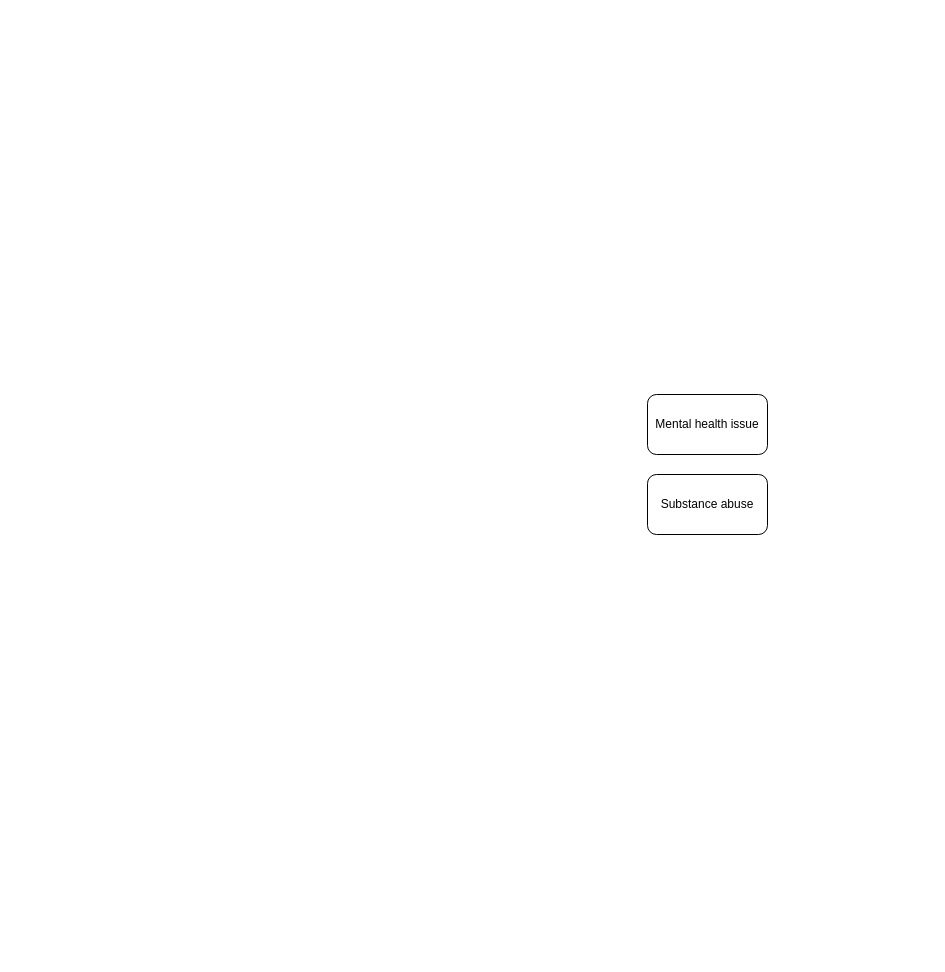
Earlier version of the draw.io diagram draft.drawio (lemuela1/ppppp). Source tidied: cells renumbered, new cells numbered last; positions are measured from the earlier drawing's top-left corner, leaving out a move shared by most shapes. Both pictures are drawn from the tidied source at 100%, with x=0, y=0 at pixel (647, 394).
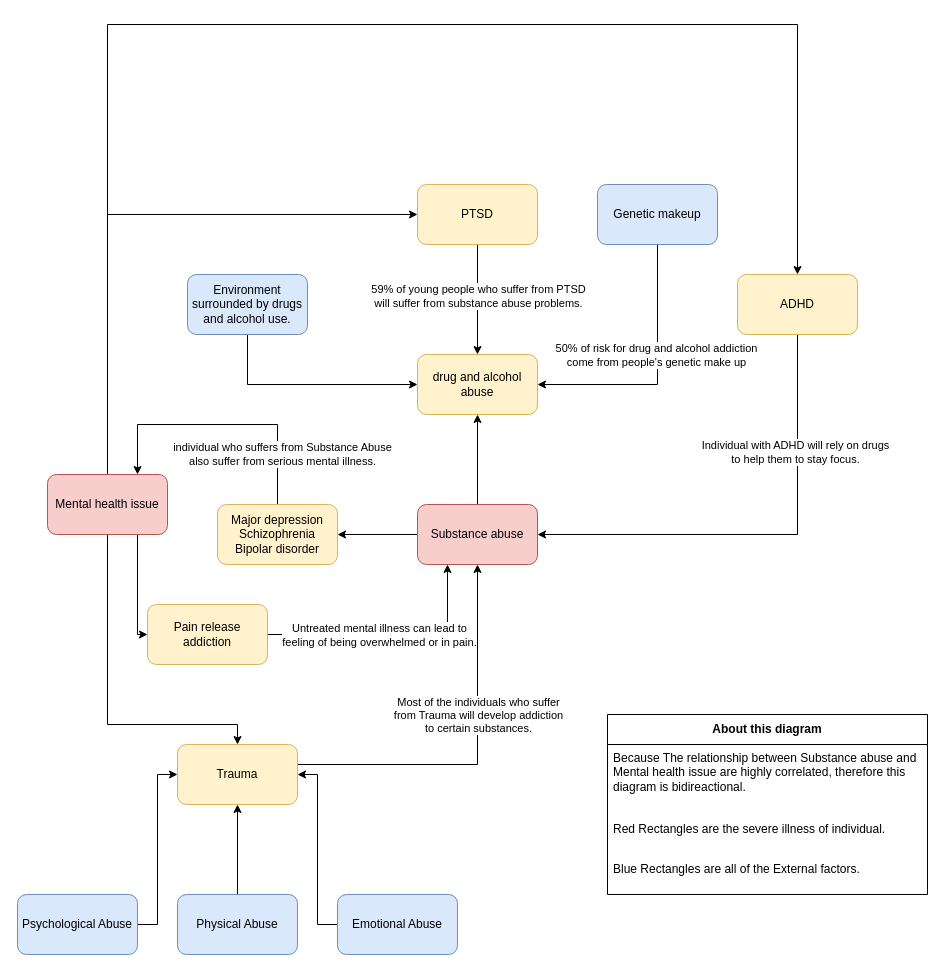
The same diagram, later.

What changed in the source:
```diff
@@
+    <mxCell id="4" style="edgeStyle=orthogonalEdgeStyle;rounded=0;jettySize=auto;html=1;entryX=0;entryY=0.5;entryDx=0;entryDy=0;exitX=0.5;exitY=0;exitDx=0;exitDy=0;" parent="1" edge="1" source="2" target="21">
+      <mxGeometry relative="1" as="geometry">
+        <Array as="points">
+          <mxPoint x="-540" y="-180" />
+        </Array>
+      </mxGeometry>
+    </mxCell>
+    <mxCell id="5" style="edgeStyle=orthogonalEdgeStyle;rounded=0;jettySize=auto;html=1;entryX=0.5;entryY=0;entryDx=0;entryDy=0;" parent="1" edge="1" source="2" target="12">
+      <mxGeometry relative="1" as="geometry">
+        <Array as="points">
+          <mxPoint x="-540" y="330" />
+          <mxPoint x="-410" y="330" />
+        </Array>
+      </mxGeometry>
+    </mxCell>
+    <mxCell id="6" style="edgeStyle=orthogonalEdgeStyle;rounded=0;jettySize=auto;html=1;" parent="1" edge="1" source="2" target="24">
+      <mxGeometry relative="1" as="geometry">
+        <Array as="points">
+          <mxPoint x="-540" y="-370" />
+          <mxPoint x="150" y="-370" />
+        </Array>
+      </mxGeometry>
+    </mxCell>
+    <mxCell id="7" style="edgeStyle=orthogonalEdgeStyle;rounded=0;jettySize=auto;html=1;entryX=0;entryY=0.5;entryDx=0;entryDy=0;" parent="1" edge="1" source="2" target="36">
+      <mxGeometry relative="1" as="geometry">
+        <Array as="points">
+          <mxPoint x="-510" y="240" />
+        </Array>
+      </mxGeometry>
+    </mxCell>
-    <mxCell id="2" value="Mental health issue" style="rounded=1;whiteSpace=wrap;html=1;" parent="1" vertex="1">
-      <mxGeometry width="120" height="60" as="geometry" />
+    <mxCell id="2" value="Mental health issue" style="rounded=1;whiteSpace=wrap;html=1;fillColor=#f8cecc;strokeColor=#b85450;" parent="1" vertex="1">
+      <mxGeometry x="-600" y="80" width="120" height="60" as="geometry" />
     </mxCell>
+    <mxCell id="8" style="edgeStyle=orthogonalEdgeStyle;rounded=0;jettySize=auto;html=1;" parent="1" edge="1" source="3" target="28">
+      <mxGeometry relative="1" as="geometry" />
+    </mxCell>
+    <mxCell id="9" style="edgeStyle=orthogonalEdgeStyle;rounded=0;jettySize=auto;html=1;entryX=0.5;entryY=1;entryDx=0;entryDy=0;" parent="1" edge="1" source="3" target="25">
+      <mxGeometry relative="1" as="geometry" />
+    </mxCell>
-    <mxCell id="3" value="Substance abuse" style="rounded=1;whiteSpace=wrap;html=1;" parent="1" vertex="1">
-      <mxGeometry y="80" width="120" height="60" as="geometry" />
+    <mxCell id="3" value="Substance abuse" style="rounded=1;whiteSpace=wrap;html=1;fillColor=#f8cecc;strokeColor=#b85450;" parent="1" vertex="1">
+      <mxGeometry x="-230" y="110" width="120" height="60" as="geometry" />
     </mxCell>
+    <mxCell id="10" style="edgeStyle=orthogonalEdgeStyle;rounded=0;jettySize=auto;html=1;entryX=0.5;entryY=1;entryDx=0;entryDy=0;exitX=1;exitY=0.5;exitDx=0;exitDy=0;" parent="1" edge="1" source="12" target="3">
+      <mxGeometry relative="1" as="geometry">
+        <Array as="points">
+          <mxPoint x="-350" y="370" />
+          <mxPoint x="-170" y="370" />
+        </Array>
+      </mxGeometry>
+    </mxCell>
+    <mxCell id="11" value="Most of the individuals who suffer&lt;div&gt;from Trauma will develop addiction&lt;/div&gt;&lt;div&gt;to certain substances.&lt;/div&gt;" style="edgeLabel;html=1;align=center;verticalAlign=middle;" parent="10" vertex="1">
+      <mxGeometry x="0.11" y="1" relative="1" as="geometry">
+        <mxPoint x="1" y="-24" as="offset" />
+      </mxGeometry>
+    </mxCell>
+    <mxCell id="12" value="Trauma" style="rounded=1;whiteSpace=wrap;html=1;fillColor=#fff2cc;strokeColor=#d6b656;" parent="1" vertex="1">
+      <mxGeometry x="-470" y="350" width="120" height="60" as="geometry" />
+    </mxCell>
+    <mxCell id="13" style="edgeStyle=orthogonalEdgeStyle;rounded=0;jettySize=auto;html=1;entryX=0.5;entryY=1;entryDx=0;entryDy=0;" parent="1" edge="1" source="14" target="12">
+      <mxGeometry relative="1" as="geometry" />
+    </mxCell>
+    <mxCell id="14" value="Physical Abuse" style="rounded=1;whiteSpace=wrap;html=1;fillColor=#dae8fc;strokeColor=#6c8ebf;" parent="1" vertex="1">
+      <mxGeometry x="-470" y="500" width="120" height="60" as="geometry" />
+    </mxCell>
+    <mxCell id="15" style="edgeStyle=orthogonalEdgeStyle;rounded=0;jettySize=auto;html=1;entryX=1;entryY=0.5;entryDx=0;entryDy=0;" parent="1" edge="1" source="16" target="12">
+      <mxGeometry relative="1" as="geometry" />
+    </mxCell>
+    <mxCell id="16" value="Emotional Abuse" style="rounded=1;whiteSpace=wrap;html=1;fillColor=#dae8fc;strokeColor=#6c8ebf;" parent="1" vertex="1">
+      <mxGeometry x="-310" y="500" width="120" height="60" as="geometry" />
+    </mxCell>
+    <mxCell id="17" style="edgeStyle=orthogonalEdgeStyle;rounded=0;jettySize=auto;html=1;entryX=0;entryY=0.5;entryDx=0;entryDy=0;" parent="1" edge="1" source="18" target="12">
+      <mxGeometry relative="1" as="geometry" />
+    </mxCell>
+    <mxCell id="18" value="Psychological Abuse" style="rounded=1;whiteSpace=wrap;html=1;fillColor=#dae8fc;strokeColor=#6c8ebf;" parent="1" vertex="1">
+      <mxGeometry x="-630" y="500" width="120" height="60" as="geometry" />
+    </mxCell>
+    <mxCell id="19" style="edgeStyle=orthogonalEdgeStyle;rounded=0;jettySize=auto;html=1;" parent="1" edge="1" source="21" target="25">
+      <mxGeometry relative="1" as="geometry" />
+    </mxCell>
+    <mxCell id="20" value="&lt;span style=&quot;color: rgb(0, 0, 0); font-family: Helvetica; font-size: 11px; font-style: normal; font-variant-ligatures: normal; font-variant-caps: normal; font-weight: 400; letter-spacing: normal; orphans: 2; text-align: center; text-indent: 0px; text-transform: none; widows: 2; word-spacing: 0px; -webkit-text-stroke-width: 0px; white-space: nowrap; background-color: rgb(255, 255, 255); text-decoration-thickness: initial; text-decoration-style: initial; text-decoration-color: initial; display: inline !important; float: none;&quot;&gt;59% of young people who suffer from PTSD&lt;/span&gt;&lt;div style=&quot;forced-color-adjust: none; color: rgb(0, 0, 0); font-family: Helvetica; font-size: 11px; font-style: normal; font-variant-ligatures: normal; font-variant-caps: normal; font-weight: 400; letter-spacing: normal; orphans: 2; text-align: center; text-indent: 0px; text-transform: none; widows: 2; word-spacing: 0px; -webkit-text-stroke-width: 0px; white-space: nowrap; text-decoration-thickness: initial; text-decoration-style: initial; text-decoration-color: initial;&quot;&gt;will suffer from substance abuse problems.&lt;/div&gt;" style="edgeLabel;html=1;align=center;verticalAlign=middle;" parent="19" vertex="1">
+      <mxGeometry x="0.1" y="-4" relative="1" as="geometry">
+        <mxPoint x="4" y="-10" as="offset" />
+      </mxGeometry>
+    </mxCell>
+    <mxCell id="21" value="PTSD" style="rounded=1;whiteSpace=wrap;html=1;fillColor=#fff2cc;strokeColor=#d6b656;" parent="1" vertex="1">
+      <mxGeometry x="-230" y="-210" width="120" height="60" as="geometry" />
+    </mxCell>
+    <mxCell id="22" style="edgeStyle=orthogonalEdgeStyle;rounded=0;jettySize=auto;html=1;entryX=1;entryY=0.5;entryDx=0;entryDy=0;" parent="1" edge="1" source="24" target="3">
+      <mxGeometry relative="1" as="geometry">
+        <Array as="points">
+          <mxPoint x="150" y="140" />
+        </Array>
+      </mxGeometry>
+    </mxCell>
+    <mxCell id="23" value="Individual with ADHD will rely on drugs&lt;div&gt;to help them to stay focus.&lt;/div&gt;" style="edgeLabel;html=1;align=center;verticalAlign=middle;" parent="22" vertex="1">
+      <mxGeometry x="-0.49" y="-3" relative="1" as="geometry" />
+    </mxCell>
+    <mxCell id="24" value="ADHD" style="rounded=1;whiteSpace=wrap;html=1;fillColor=#fff2cc;strokeColor=#d6b656;" parent="1" vertex="1">
+      <mxGeometry x="90" y="-120" width="120" height="60" as="geometry" />
+    </mxCell>
+    <mxCell id="25" value="drug and alcohol abuse" style="rounded=1;whiteSpace=wrap;html=1;fillColor=#fff2cc;strokeColor=#d6b656;" parent="1" vertex="1">
+      <mxGeometry x="-230" y="-40" width="120" height="60" as="geometry" />
+    </mxCell>
+    <mxCell id="26" style="edgeStyle=orthogonalEdgeStyle;rounded=0;jettySize=auto;html=1;entryX=0.75;entryY=0;entryDx=0;entryDy=0;" parent="1" edge="1" source="28" target="2">
+      <mxGeometry relative="1" as="geometry">
+        <Array as="points">
+          <mxPoint x="-370" y="30" />
+          <mxPoint x="-510" y="30" />
+        </Array>
+      </mxGeometry>
+    </mxCell>
+    <mxCell id="27" value="individual who suffers from Substance Abuse&lt;div&gt;also suffer from serious mental illness.&lt;/div&gt;" style="edgeLabel;html=1;align=center;verticalAlign=middle;" parent="26" vertex="1">
+      <mxGeometry x="-0.5" y="-4" relative="1" as="geometry">
+        <mxPoint y="17" as="offset" />
+      </mxGeometry>
+    </mxCell>
+    <mxCell id="28" value="Major depression&lt;div&gt;Schizophrenia&lt;/div&gt;&lt;div&gt;Bipolar disorder&lt;/div&gt;" style="rounded=1;whiteSpace=wrap;html=1;fillColor=#fff2cc;strokeColor=#d6b656;" parent="1" vertex="1">
+      <mxGeometry x="-430" y="110" width="120" height="60" as="geometry" />
+    </mxCell>
+    <mxCell id="29" style="edgeStyle=orthogonalEdgeStyle;rounded=0;jettySize=auto;html=1;entryX=0;entryY=0.5;entryDx=0;entryDy=0;" parent="1" edge="1" source="30" target="25">
+      <mxGeometry relative="1" as="geometry">
+        <Array as="points">
+          <mxPoint x="-400" y="-10" />
+        </Array>
+      </mxGeometry>
+    </mxCell>
+    <mxCell id="30" value="Environment surrounded by drugs and alcohol use." style="rounded=1;whiteSpace=wrap;html=1;fillColor=#dae8fc;strokeColor=#6c8ebf;" parent="1" vertex="1">
+      <mxGeometry x="-460" y="-120" width="120" height="60" as="geometry" />
+    </mxCell>
+    <mxCell id="31" style="edgeStyle=orthogonalEdgeStyle;rounded=0;jettySize=auto;html=1;entryX=1;entryY=0.5;entryDx=0;entryDy=0;" parent="1" edge="1" source="33" target="25">
+      <mxGeometry relative="1" as="geometry">
+        <Array as="points">
+          <mxPoint x="10" y="-10" />
+        </Array>
+      </mxGeometry>
+    </mxCell>
+    <mxCell id="32" value="50% of risk for drug and alcohol addiction&lt;div&gt;come from people's genetic make up&lt;/div&gt;" style="edgeLabel;html=1;align=center;verticalAlign=middle;" parent="31" vertex="1">
+      <mxGeometry x="-0.01" y="-2" relative="1" as="geometry">
+        <mxPoint y="-19" as="offset" />
+      </mxGeometry>
+    </mxCell>
+    <mxCell id="33" value="Genetic makeup" style="rounded=1;whiteSpace=wrap;html=1;fillColor=#dae8fc;strokeColor=#6c8ebf;" parent="1" vertex="1">
+      <mxGeometry x="-50" y="-210" width="120" height="60" as="geometry" />
+    </mxCell>
+    <mxCell id="34" style="edgeStyle=orthogonalEdgeStyle;rounded=0;jettySize=auto;html=1;entryX=0.25;entryY=1;entryDx=0;entryDy=0;" parent="1" edge="1" source="36" target="3">
+      <mxGeometry relative="1" as="geometry" />
+    </mxCell>
+    <mxCell id="35" value="Untreated mental illness can lead to&lt;div&gt;feeling of being overwhelmed or in pain.&lt;/div&gt;" style="edgeLabel;html=1;align=center;verticalAlign=middle;" parent="34" vertex="1">
+      <mxGeometry x="-0.46" y="1" relative="1" as="geometry">
+        <mxPoint x="43" y="1" as="offset" />
+      </mxGeometry>
+    </mxCell>
+    <mxCell id="36" value="Pain release addiction" style="rounded=1;whiteSpace=wrap;html=1;fillColor=#fff2cc;strokeColor=#d6b656;" parent="1" vertex="1">
+      <mxGeometry x="-500" y="210" width="120" height="60" as="geometry" />
+    </mxCell>
+    <mxCell id="37" value="&lt;b&gt;About this diagram&lt;/b&gt;" style="swimlane;fontStyle=0;horizontal=1;startSize=30;whiteSpace=wrap;html=1;" parent="1" vertex="1">
+      <mxGeometry x="-40" y="320" width="320" height="180" as="geometry" />
+    </mxCell>
+    <mxCell id="38" value="Because The relationship between Substance abuse and Mental health issue are highly correlated, therefore this diagram is bidireactional.&amp;nbsp;&lt;div&gt;&lt;br&gt;&lt;/div&gt;" style="text;strokeColor=none;fillColor=none;align=left;verticalAlign=middle;spacingLeft=4;spacingRight=4;overflow=hidden;whiteSpace=wrap;html=1;" parent="37" vertex="1">
+      <mxGeometry y="30" width="320" height="70" as="geometry" />
+    </mxCell>
+    <mxCell id="39" value="Red Rectangles are the severe illness of individual." style="text;strokeColor=none;fillColor=none;align=left;verticalAlign=middle;spacingLeft=4;spacingRight=4;overflow=hidden;whiteSpace=wrap;html=1;" parent="37" vertex="1">
+      <mxGeometry y="100" width="320" height="30" as="geometry" />
+    </mxCell>
+    <mxCell id="40" value="Blue Rectangles are all of the External factors." style="text;strokeColor=none;fillColor=none;align=left;verticalAlign=middle;spacingLeft=4;spacingRight=4;overflow=hidden;whiteSpace=wrap;html=1;" parent="37" vertex="1">
+      <mxGeometry y="130" width="320" height="50" as="geometry" />
+    </mxCell>
```
